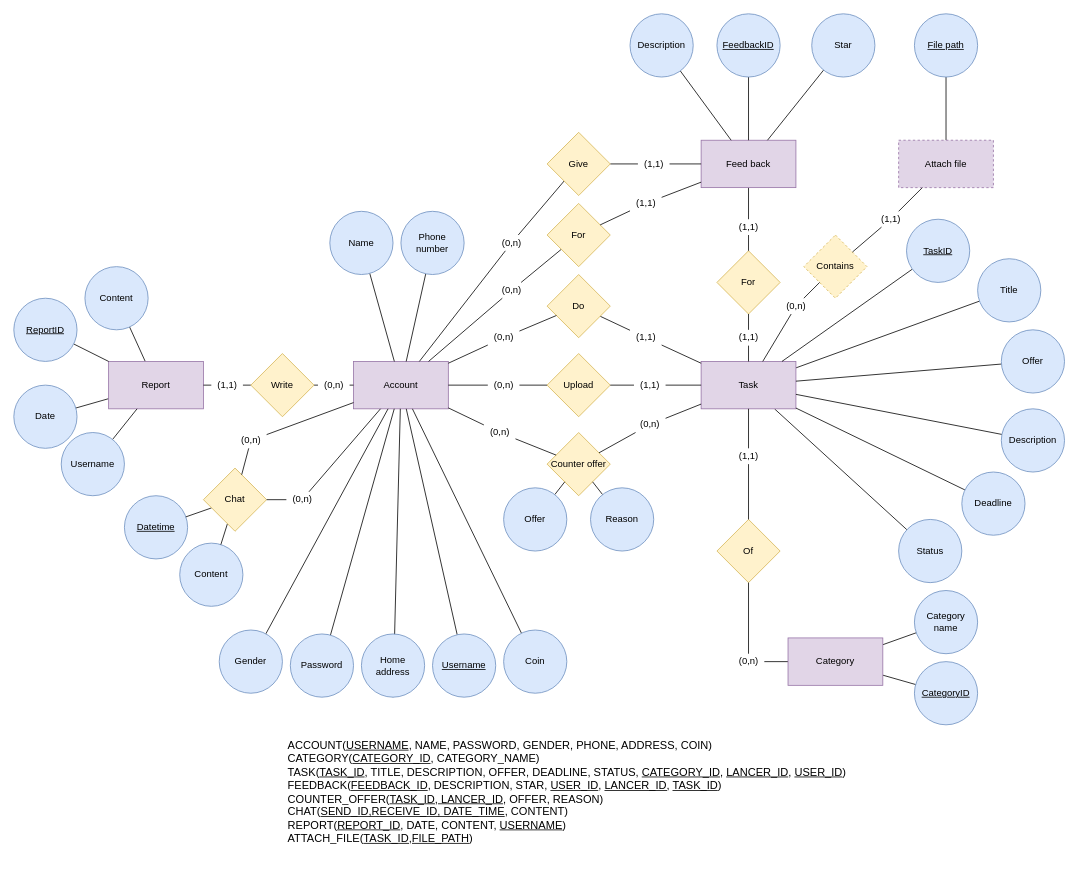
The draw.io diagram docs/analysis and design/ERD.drawio in phuc16102001/beekey, before the edit. Source tidied: cells renumbered, new cells numbered last; positions are measured from the earlier drawing's top-left corner, leaving out a move shared by most shapes. Both pictures are drawn from the tidied source at 79%, with x=0, y=0 at pixel (13, 13).
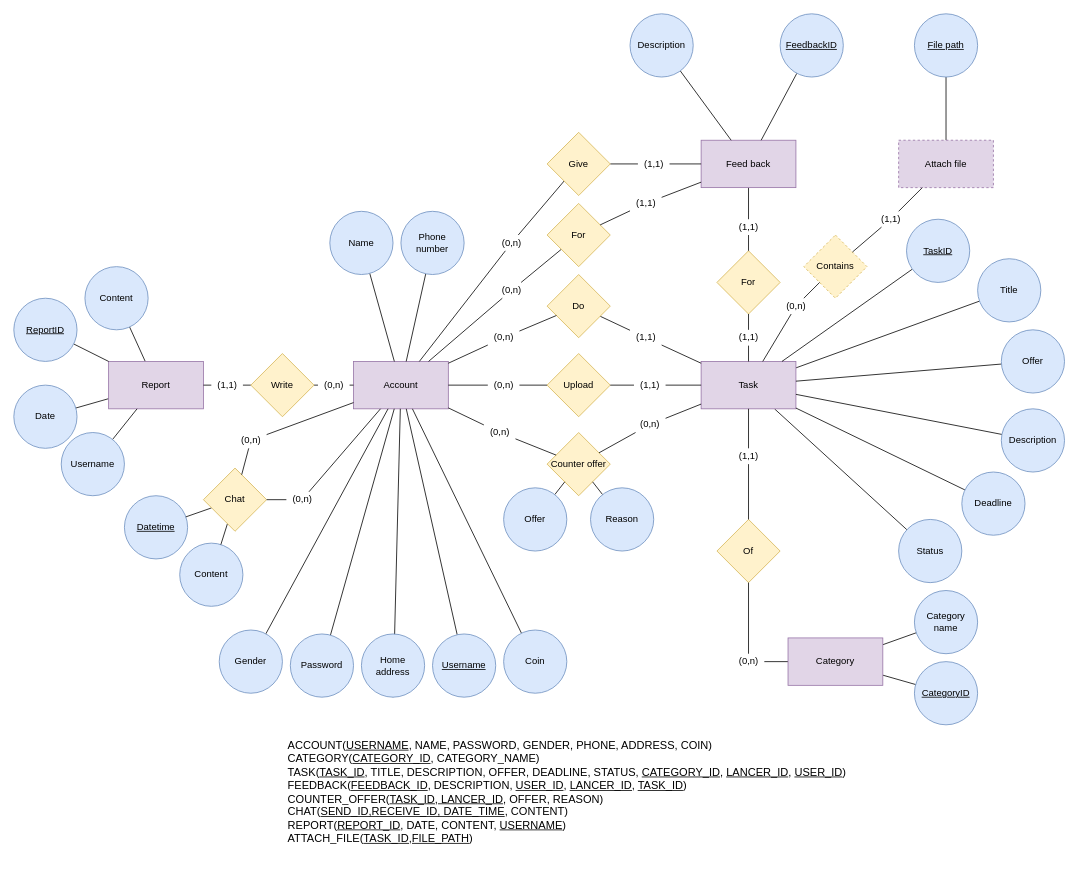
The same diagram, later.

Commit message (it also covers changes not shown here):
Remove star field from db

Unchanged cells that the change refers to:
```xml
<mxCell id="59" value="Feed back" style="rounded=0;whiteSpace=wrap;html=1;fillColor=#e1d5e7;strokeColor=#9673a6;" parent="1" vertex="1">
  <mxGeometry x="870" y="160" width="120" height="60" as="geometry" />
</mxCell>
```

What changed in the source:
```diff
@@
-    <mxCell id="65" style="edgeStyle=none;rounded=0;jettySize=auto;html=1;endArrow=none;endFill=0;" parent="1" edge="1" source="66" target="59">
-      <mxGeometry relative="1" as="geometry" />
-    </mxCell>
-    <mxCell id="66" value="Star" style="ellipse;whiteSpace=wrap;html=1;fillColor=#dae8fc;strokeColor=#6c8ebf;" parent="1" vertex="1">
-      <mxGeometry x="1010" width="80" height="80" as="geometry" />
-    </mxCell>
-    <mxCell id="67" value="&lt;p style=&quot;font-size: 14px&quot;&gt;&lt;font style=&quot;font-size: 14px&quot;&gt;ACCOUNT(&lt;u&gt;USERNAME&lt;/u&gt;, NAME, PASSWORD, GENDER, PHONE, ADDRESS, COIN)&lt;br&gt;&lt;/font&gt;&lt;font style=&quot;font-size: 14px&quot;&gt;CATEGORY(&lt;u&gt;CATEGORY_ID&lt;/u&gt;, CATEGORY_NAME)&lt;br&gt;&lt;/font&gt;&lt;font style=&quot;font-size: 14px&quot;&gt;TASK(&lt;u&gt;TASK_ID&lt;/u&gt;, TITLE, DESCRIPTION, OFFER, DEADLINE, STATUS,&amp;nbsp;&lt;u&gt;CATEGORY_ID&lt;/u&gt;, &lt;u&gt;LANCER_ID&lt;/u&gt;, &lt;u&gt;USER_ID&lt;/u&gt;)&lt;br&gt;&lt;/font&gt;&lt;font style=&quot;font-size: 14px&quot;&gt;FEEDBACK(&lt;u&gt;FEEDBACK_ID&lt;/u&gt;, DESCRIPTION, STAR, &lt;u&gt;USER_ID&lt;/u&gt;, &lt;u&gt;LANCER_ID,&lt;/u&gt; &lt;u&gt;TASK_ID&lt;/u&gt;)&lt;br&gt;&lt;/font&gt;&lt;font style=&quot;font-size: 14px&quot;&gt;COUNTER_OFFER(&lt;u&gt;TASK_ID, LANCER_ID&lt;/u&gt;, OFFER, REASON)&lt;br&gt;&lt;/font&gt;CHAT(&lt;u&gt;SEND_ID,RECEIVE_ID, DATE_TIME&lt;/u&gt;, CONTENT)&lt;br&gt;REPORT(&lt;u&gt;REPORT_ID&lt;/u&gt;, DATE, CONTENT, &lt;u&gt;USERNAME&lt;/u&gt;)&lt;br&gt;ATTACH_FILE(&lt;u style=&quot;font-family: &amp;#34;helvetica&amp;#34; ; white-space: nowrap&quot;&gt;TASK_ID,FILE_PATH&lt;/u&gt;&lt;span style=&quot;font-family: &amp;#34;helvetica&amp;#34; ; white-space: nowrap&quot;&gt;)&lt;/span&gt;&lt;/p&gt;" style="text;html=1;align=left;verticalAlign=middle;" parent="1" vertex="1">
+    <mxCell id="67" value="&lt;p style=&quot;font-size: 14px&quot;&gt;&lt;font style=&quot;font-size: 14px&quot;&gt;ACCOUNT(&lt;u&gt;USERNAME&lt;/u&gt;, NAME, PASSWORD, GENDER, PHONE, ADDRESS, COIN)&lt;br&gt;&lt;/font&gt;&lt;font style=&quot;font-size: 14px&quot;&gt;CATEGORY(&lt;u&gt;CATEGORY_ID&lt;/u&gt;, CATEGORY_NAME)&lt;br&gt;&lt;/font&gt;&lt;font style=&quot;font-size: 14px&quot;&gt;TASK(&lt;u&gt;TASK_ID&lt;/u&gt;, TITLE, DESCRIPTION, OFFER, DEADLINE, STATUS,&amp;nbsp;&lt;u&gt;CATEGORY_ID&lt;/u&gt;, &lt;u&gt;LANCER_ID&lt;/u&gt;, &lt;u&gt;USER_ID&lt;/u&gt;)&lt;br&gt;&lt;/font&gt;&lt;font style=&quot;font-size: 14px&quot;&gt;FEEDBACK(&lt;u&gt;FEEDBACK_ID&lt;/u&gt;, DESCRIPTION,&amp;nbsp;&lt;u&gt;USER_ID&lt;/u&gt;, &lt;u&gt;LANCER_ID,&lt;/u&gt; &lt;u&gt;TASK_ID&lt;/u&gt;)&lt;br&gt;&lt;/font&gt;&lt;font style=&quot;font-size: 14px&quot;&gt;COUNTER_OFFER(&lt;u&gt;TASK_ID, LANCER_ID&lt;/u&gt;, OFFER, REASON)&lt;br&gt;&lt;/font&gt;CHAT(&lt;u&gt;SEND_ID,RECEIVE_ID, DATE_TIME&lt;/u&gt;, CONTENT)&lt;br&gt;REPORT(&lt;u&gt;REPORT_ID&lt;/u&gt;, DATE, CONTENT, &lt;u&gt;USERNAME&lt;/u&gt;)&lt;br&gt;ATTACH_FILE(&lt;u style=&quot;font-family: &amp;#34;helvetica&amp;#34; ; white-space: nowrap&quot;&gt;TASK_ID,FILE_PATH&lt;/u&gt;&lt;span style=&quot;font-family: &amp;#34;helvetica&amp;#34; ; white-space: nowrap&quot;&gt;)&lt;/span&gt;&lt;/p&gt;" style="text;html=1;align=left;verticalAlign=middle;" parent="1" vertex="1">
       <mxGeometry x="345" y="915" width="720" height="140" as="geometry" />
     </mxCell>
@@
     <mxCell id="71" value="FeedbackID" style="ellipse;whiteSpace=wrap;html=1;fillColor=#dae8fc;strokeColor=#6c8ebf;fontStyle=4;" parent="1" vertex="1">
-      <mxGeometry x="890" width="80" height="80" as="geometry" />
+      <mxGeometry x="970" width="80" height="80" as="geometry" />
     </mxCell>
```
